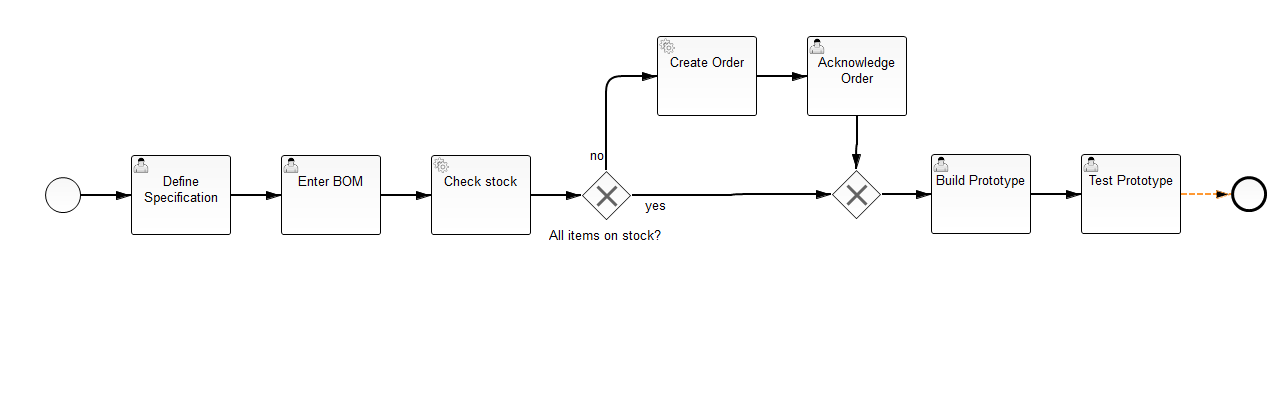
Earlier version of the BPMN export HA_06/src/main/resources/HA_06.png (rmatil/uzh-winf). Its source is kept beside it as HA_06/src/main/resources/HA_06.bpmn. Ids are renumbered.
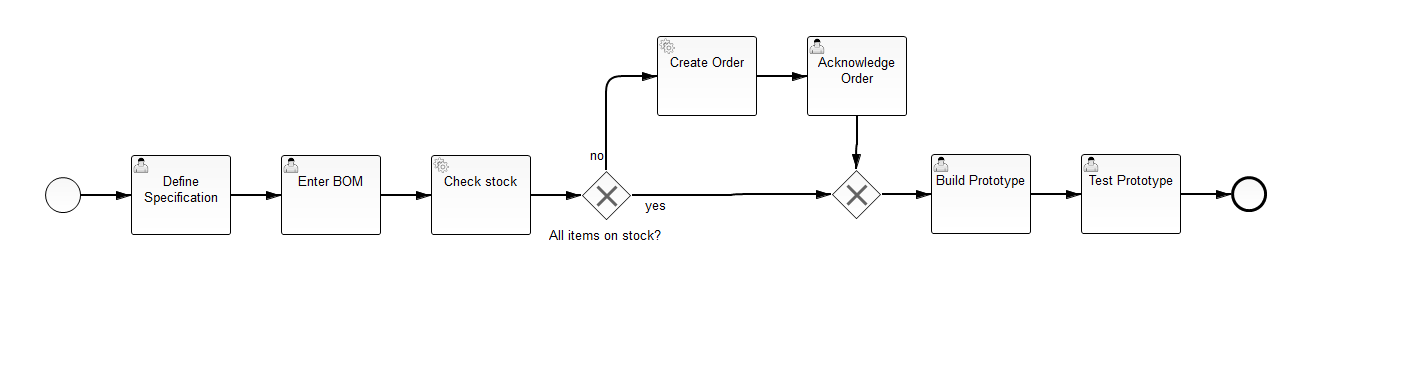
After the commit.

Commit message:
Configures Placeholder Expressions.

Change to the diagram source:
```diff
@@ -1,5 +1,5 @@
-<bpmn2:definitions xmlns:xsi="http://www.w3.org/2001/XMLSchema-instance" xmlns:bpmn2="http://www.omg.org/spec/BPMN/20100524/MODEL" xmlns:bpmndi="http://www.omg.org/spec/BPMN/20100524/DI" xmlns:dc="http://www.omg.org/spec/DD/20100524/DC" xmlns:di="http://www.omg.org/spec/DD/20100524/DI" xsi:schemaLocation="http://www.omg.org/spec/BPMN/20100524/MODEL BPMN20.xsd" id="_kEkocHlHEeS1ZqTKZmX9Sg" exporter="camunda modeler" exporterVersion="2.6.0" targetNamespace="http://activiti.org/bpmn">
-  <bpmn2:process id="Process_1" isExecutable="false">
+<bpmn2:definitions xmlns:xsi="http://www.w3.org/2001/XMLSchema-instance" xmlns:bpmn2="http://www.omg.org/spec/BPMN/20100524/MODEL" xmlns:bpmndi="http://www.omg.org/spec/BPMN/20100524/DI" xmlns:camunda="http://activiti.org/bpmn" xmlns:dc="http://www.omg.org/spec/DD/20100524/DC" xmlns:di="http://www.omg.org/spec/DD/20100524/DI" xsi:schemaLocation="http://www.omg.org/spec/BPMN/20100524/MODEL BPMN20.xsd" id="_kEkocHlHEeS1ZqTKZmX9Sg" exporter="camunda modeler" exporterVersion="2.6.0" targetNamespace="http://activiti.org/bpmn">
+  <bpmn2:process id="Process_1" name="BOM" isExecutable="true">
     <bpmn2:startEvent id="StartEvent_1">
       <bpmn2:outgoing>SequenceFlow_1</bpmn2:outgoing>
     </bpmn2:startEvent>
@@ -13,7 +13,7 @@
       <bpmn2:outgoing>SequenceFlow_3</bpmn2:outgoing>
     </bpmn2:userTask>
     <bpmn2:sequenceFlow id="SequenceFlow_2" name="" sourceRef="UserTask_1" targetRef="UserTask_2"/>
-    <bpmn2:serviceTask id="ServiceTask_1" name="Check stock">
+    <bpmn2:serviceTask id="ServiceTask_1" camunda:expression="${true}" name="Check stock">
       <bpmn2:incoming>SequenceFlow_3</bpmn2:incoming>
       <bpmn2:outgoing>SequenceFlow_4</bpmn2:outgoing>
     </bpmn2:serviceTask>
@@ -24,9 +24,13 @@
       <bpmn2:outgoing>SequenceFlow_7</bpmn2:outgoing>
     </bpmn2:exclusiveGateway>
     <bpmn2:sequenceFlow id="SequenceFlow_4" name="" sourceRef="ServiceTask_1" targetRef="ExclusiveGateway_1"/>
-    <bpmn2:sequenceFlow id="SequenceFlow_6" name="yes" sourceRef="ExclusiveGateway_1" targetRef="ExclusiveGateway_2"/>
-    <bpmn2:sequenceFlow id="SequenceFlow_7" name="no" sourceRef="ExclusiveGateway_1" targetRef="ServiceTask_3"/>
-    <bpmn2:serviceTask id="ServiceTask_3" name="Create Order">
+    <bpmn2:sequenceFlow id="SequenceFlow_6" name="yes" sourceRef="ExclusiveGateway_1" targetRef="ExclusiveGateway_2">
+      <bpmn2:conditionExpression xsi:type="bpmn2:tFormalExpression">${true}</bpmn2:conditionExpression>
+    </bpmn2:sequenceFlow>
+    <bpmn2:sequenceFlow id="SequenceFlow_7" name="no" sourceRef="ExclusiveGateway_1" targetRef="ServiceTask_3">
+      <bpmn2:conditionExpression xsi:type="bpmn2:tFormalExpression">${false}</bpmn2:conditionExpression>
+    </bpmn2:sequenceFlow>
+    <bpmn2:serviceTask id="ServiceTask_3" camunda:expression="${true}" name="Create Order">
       <bpmn2:incoming>SequenceFlow_7</bpmn2:incoming>
       <bpmn2:outgoing>SequenceFlow_8</bpmn2:outgoing>
     </bpmn2:serviceTask>
```
